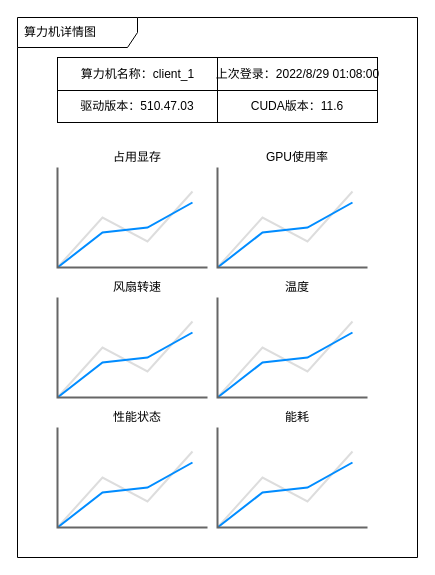
This is page "第 2 页" (2 of 2) of system_daemon.drawio from foreignbill/drawio, a draw.io file, before an edit. Source tidied: cells renumbered, new cells numbered last; positions are measured from the earlier drawing's top-left corner, leaving out a move shared by most shapes. Both pictures are drawn from the tidied source at 100%, with x=0, y=0 at pixel (17, 17).
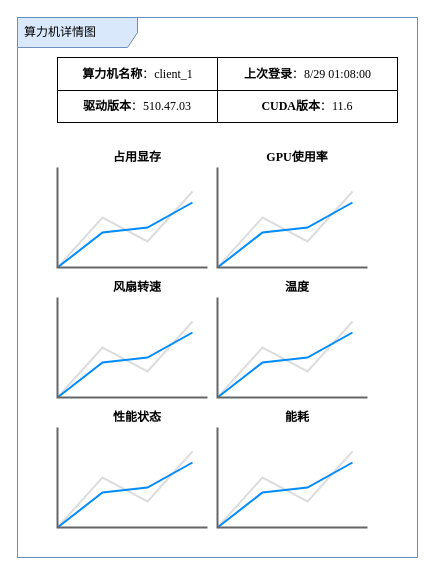
The same page after the edit.

Change to the diagram source:
```diff
@@
 <mxGraphModel>
   <root>
     <mxCell id="0" />
     <mxCell id="1" parent="0" />
-    <mxCell id="2" value="算力机详情图" style="shape=umlFrame;whiteSpace=wrap;html=1;width=120;height=30;boundedLbl=1;verticalAlign=middle;align=left;spacingLeft=5;" parent="1" vertex="1">
+    <mxCell id="2" value="算力机详情图" style="shape=umlFrame;whiteSpace=wrap;html=1;width=120;height=30;boundedLbl=1;verticalAlign=middle;align=left;spacingLeft=5;fillColor=#dae8fc;strokeColor=#6c8ebf;fontFamily=Times New Roman;" parent="1" vertex="1">
       <mxGeometry width="400" height="540" as="geometry" />
     </mxCell>
-    <mxCell id="3" value="&lt;span style=&quot;font-weight: normal;&quot;&gt;算力机名称：client_1&lt;/span&gt;" style="align=center;fontStyle=1;html=1;" parent="1" vertex="1">
+    <mxCell id="3" value="算力机名称&lt;span style=&quot;font-weight: normal;&quot;&gt;：client_1&lt;/span&gt;" style="align=center;fontStyle=1;html=1;fontFamily=Times New Roman;" parent="1" vertex="1">
       <mxGeometry x="40" y="40" width="160" height="33" as="geometry" />
     </mxCell>
-    <mxCell id="4" value="驱动版本：510.47.03" style="align=center;whiteSpace=wrap;html=1;" parent="1" vertex="1">
+    <mxCell id="4" value="&lt;b&gt;驱动版本&lt;/b&gt;：510.47.03" style="align=center;whiteSpace=wrap;html=1;fontFamily=Times New Roman;" parent="1" vertex="1">
       <mxGeometry x="40" y="73" width="160" height="32" as="geometry" />
     </mxCell>
-    <mxCell id="5" value="&lt;span style=&quot;font-weight: 400;&quot;&gt;上次登录：2022/8/29 01:08:00&lt;/span&gt;" style="align=center;fontStyle=1;html=1;" parent="1" vertex="1">
-      <mxGeometry x="200" y="40" width="160" height="33" as="geometry" />
+    <mxCell id="5" value="上次登录&lt;span style=&quot;font-weight: 400;&quot;&gt;：8/29 01:08:00&lt;/span&gt;" style="align=center;fontStyle=1;html=1;fontFamily=Times New Roman;" parent="1" vertex="1">
+      <mxGeometry x="200" y="40" width="180" height="33" as="geometry" />
     </mxCell>
-    <mxCell id="6" value="CUDA版本：11.6" style="align=center;whiteSpace=wrap;html=1;" parent="1" vertex="1">
-      <mxGeometry x="200" y="73" width="160" height="32" as="geometry" />
+    <mxCell id="6" value="&lt;b&gt;CUDA版本&lt;/b&gt;：11.6" style="align=center;whiteSpace=wrap;html=1;fontFamily=Times New Roman;" parent="1" vertex="1">
+      <mxGeometry x="200" y="73" width="180" height="32" as="geometry" />
     </mxCell>
-    <mxCell id="7" style="verticalLabelPosition=bottom;shadow=0;dashed=0;align=center;html=1;verticalAlign=top;strokeWidth=1;shape=mxgraph.mockup.graphics.lineChart;strokeColor=none;strokeColor2=#666666;strokeColor3=#008cff;strokeColor4=#dddddd;" parent="1" vertex="1">
+    <mxCell id="7" style="verticalLabelPosition=bottom;shadow=0;dashed=0;align=center;html=1;verticalAlign=top;strokeWidth=1;shape=mxgraph.mockup.graphics.lineChart;strokeColor=none;strokeColor2=#666666;strokeColor3=#008cff;strokeColor4=#dddddd;fontFamily=Times New Roman;" parent="1" vertex="1">
       <mxGeometry x="40" y="150" width="150" height="100" as="geometry" />
     </mxCell>
-    <mxCell id="8" value="占用显存" style="text;strokeColor=none;fillColor=none;align=center;verticalAlign=middle;spacingLeft=4;spacingRight=4;overflow=hidden;whiteSpace=wrap;html=1;" parent="1" vertex="1">
+    <mxCell id="8" value="占用显存" style="text;strokeColor=none;fillColor=none;align=center;verticalAlign=middle;spacingLeft=4;spacingRight=4;overflow=hidden;whiteSpace=wrap;html=1;fontFamily=Times New Roman;fontStyle=1;" parent="1" vertex="1">
       <mxGeometry x="40" y="130" width="160" height="20" as="geometry" />
     </mxCell>
-    <mxCell id="9" style="verticalLabelPosition=bottom;shadow=0;dashed=0;align=center;html=1;verticalAlign=top;strokeWidth=1;shape=mxgraph.mockup.graphics.lineChart;strokeColor=none;strokeColor2=#666666;strokeColor3=#008cff;strokeColor4=#dddddd;" parent="1" vertex="1">
+    <mxCell id="9" style="verticalLabelPosition=bottom;shadow=0;dashed=0;align=center;html=1;verticalAlign=top;strokeWidth=1;shape=mxgraph.mockup.graphics.lineChart;strokeColor=none;strokeColor2=#666666;strokeColor3=#008cff;strokeColor4=#dddddd;fontFamily=Times New Roman;" parent="1" vertex="1">
       <mxGeometry x="200" y="150" width="150" height="100" as="geometry" />
     </mxCell>
-    <mxCell id="10" value="GPU使用率" style="text;strokeColor=none;fillColor=none;align=center;verticalAlign=middle;spacingLeft=4;spacingRight=4;overflow=hidden;whiteSpace=wrap;html=1;" parent="1" vertex="1">
+    <mxCell id="10" value="GPU使用率" style="text;strokeColor=none;fillColor=none;align=center;verticalAlign=middle;spacingLeft=4;spacingRight=4;overflow=hidden;whiteSpace=wrap;html=1;fontFamily=Times New Roman;fontStyle=1;" parent="1" vertex="1">
       <mxGeometry x="200" y="130" width="160" height="20" as="geometry" />
     </mxCell>
-    <mxCell id="11" style="verticalLabelPosition=bottom;shadow=0;dashed=0;align=center;html=1;verticalAlign=top;strokeWidth=1;shape=mxgraph.mockup.graphics.lineChart;strokeColor=none;strokeColor2=#666666;strokeColor3=#008cff;strokeColor4=#dddddd;" parent="1" vertex="1">
+    <mxCell id="11" style="verticalLabelPosition=bottom;shadow=0;dashed=0;align=center;html=1;verticalAlign=top;strokeWidth=1;shape=mxgraph.mockup.graphics.lineChart;strokeColor=none;strokeColor2=#666666;strokeColor3=#008cff;strokeColor4=#dddddd;fontFamily=Times New Roman;" parent="1" vertex="1">
       <mxGeometry x="40" y="280" width="150" height="100" as="geometry" />
     </mxCell>
-    <mxCell id="12" value="风扇转速" style="text;strokeColor=none;fillColor=none;align=center;verticalAlign=middle;spacingLeft=4;spacingRight=4;overflow=hidden;whiteSpace=wrap;html=1;" parent="1" vertex="1">
+    <mxCell id="12" value="风扇转速" style="text;strokeColor=none;fillColor=none;align=center;verticalAlign=middle;spacingLeft=4;spacingRight=4;overflow=hidden;whiteSpace=wrap;html=1;fontFamily=Times New Roman;fontStyle=1;" parent="1" vertex="1">
       <mxGeometry x="40" y="260" width="160" height="20" as="geometry" />
     </mxCell>
-    <mxCell id="13" style="verticalLabelPosition=bottom;shadow=0;dashed=0;align=center;html=1;verticalAlign=top;strokeWidth=1;shape=mxgraph.mockup.graphics.lineChart;strokeColor=none;strokeColor2=#666666;strokeColor3=#008cff;strokeColor4=#dddddd;" parent="1" vertex="1">
+    <mxCell id="13" style="verticalLabelPosition=bottom;shadow=0;dashed=0;align=center;html=1;verticalAlign=top;strokeWidth=1;shape=mxgraph.mockup.graphics.lineChart;strokeColor=none;strokeColor2=#666666;strokeColor3=#008cff;strokeColor4=#dddddd;fontFamily=Times New Roman;" parent="1" vertex="1">
       <mxGeometry x="200" y="280" width="150" height="100" as="geometry" />
     </mxCell>
-    <mxCell id="14" value="温度" style="text;strokeColor=none;fillColor=none;align=center;verticalAlign=middle;spacingLeft=4;spacingRight=4;overflow=hidden;whiteSpace=wrap;html=1;" parent="1" vertex="1">
+    <mxCell id="14" value="温度" style="text;strokeColor=none;fillColor=none;align=center;verticalAlign=middle;spacingLeft=4;spacingRight=4;overflow=hidden;whiteSpace=wrap;html=1;fontFamily=Times New Roman;fontStyle=1;" parent="1" vertex="1">
       <mxGeometry x="200" y="260" width="160" height="20" as="geometry" />
     </mxCell>
-    <mxCell id="15" style="verticalLabelPosition=bottom;shadow=0;dashed=0;align=center;html=1;verticalAlign=top;strokeWidth=1;shape=mxgraph.mockup.graphics.lineChart;strokeColor=none;strokeColor2=#666666;strokeColor3=#008cff;strokeColor4=#dddddd;" parent="1" vertex="1">
+    <mxCell id="15" style="verticalLabelPosition=bottom;shadow=0;dashed=0;align=center;html=1;verticalAlign=top;strokeWidth=1;shape=mxgraph.mockup.graphics.lineChart;strokeColor=none;strokeColor2=#666666;strokeColor3=#008cff;strokeColor4=#dddddd;fontFamily=Times New Roman;" parent="1" vertex="1">
       <mxGeometry x="40" y="410" width="150" height="100" as="geometry" />
     </mxCell>
-    <mxCell id="16" value="性能状态" style="text;strokeColor=none;fillColor=none;align=center;verticalAlign=middle;spacingLeft=4;spacingRight=4;overflow=hidden;whiteSpace=wrap;html=1;" parent="1" vertex="1">
+    <mxCell id="16" value="性能状态" style="text;strokeColor=none;fillColor=none;align=center;verticalAlign=middle;spacingLeft=4;spacingRight=4;overflow=hidden;whiteSpace=wrap;html=1;fontFamily=Times New Roman;fontStyle=1;" parent="1" vertex="1">
       <mxGeometry x="40" y="390" width="160" height="20" as="geometry" />
     </mxCell>
-    <mxCell id="17" style="verticalLabelPosition=bottom;shadow=0;dashed=0;align=center;html=1;verticalAlign=top;strokeWidth=1;shape=mxgraph.mockup.graphics.lineChart;strokeColor=none;strokeColor2=#666666;strokeColor3=#008cff;strokeColor4=#dddddd;" parent="1" vertex="1">
+    <mxCell id="17" style="verticalLabelPosition=bottom;shadow=0;dashed=0;align=center;html=1;verticalAlign=top;strokeWidth=1;shape=mxgraph.mockup.graphics.lineChart;strokeColor=none;strokeColor2=#666666;strokeColor3=#008cff;strokeColor4=#dddddd;fontFamily=Times New Roman;" parent="1" vertex="1">
       <mxGeometry x="200" y="410" width="150" height="100" as="geometry" />
     </mxCell>
-    <mxCell id="18" value="能耗" style="text;strokeColor=none;fillColor=none;align=center;verticalAlign=middle;spacingLeft=4;spacingRight=4;overflow=hidden;whiteSpace=wrap;html=1;" parent="1" vertex="1">
+    <mxCell id="18" value="能耗" style="text;strokeColor=none;fillColor=none;align=center;verticalAlign=middle;spacingLeft=4;spacingRight=4;overflow=hidden;whiteSpace=wrap;html=1;fontFamily=Times New Roman;fontStyle=1;" parent="1" vertex="1">
       <mxGeometry x="200" y="390" width="160" height="20" as="geometry" />
     </mxCell>
   </root>
 </mxGraphModel>
```
